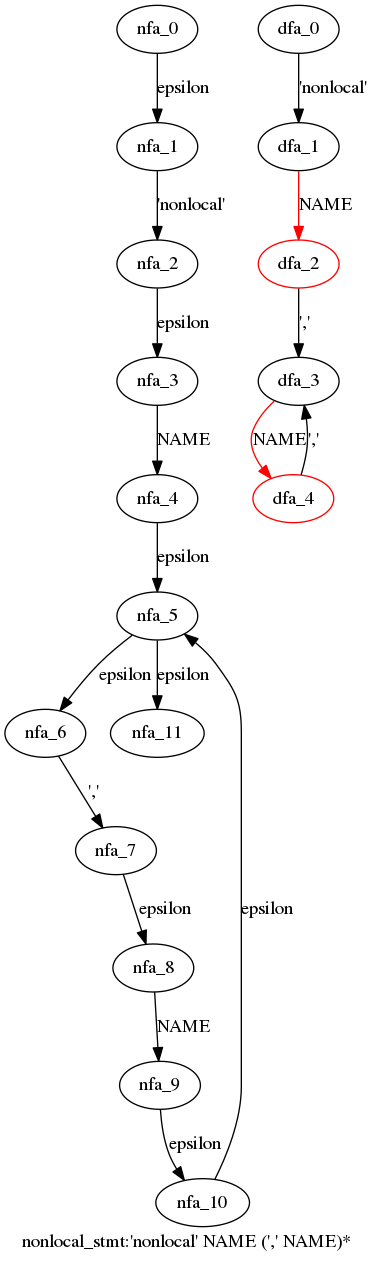
WinChua/blog keeps this Graphviz diagram as cpython/grammar/handwrite/nfa_dfas/37.nonlocal_stmt.dot.png. Above is the earlier version. Its source is kept beside it as cpython/grammar/handwrite/nfa_dfas/37.nonlocal_stmt.dot. Source of this version:
```dot
digraph nonlocal_stmt {
 graph[label="nonlocal_stmt:'nonlocal' NAME (',' NAME)*"]
 subgraph nonlocal_stmt_nfa {
  nfa_0->nfa_1[label="epsilon"]
  nfa_1->nfa_2[label="'nonlocal'"]
  nfa_2->nfa_3[label="epsilon"]
  nfa_3->nfa_4[label="NAME"]
  nfa_4->nfa_5[label="epsilon"]
  nfa_5->nfa_6[label="epsilon"]
  nfa_6->nfa_7[label="','"]
  nfa_7->nfa_8[label="epsilon"]
  nfa_8->nfa_9[label="NAME"]
  nfa_9->nfa_10[label="epsilon"]
  nfa_10->nfa_5[label="epsilon"]
  nfa_5->nfa_11[label="epsilon"]
  }
 subgraph nonlocal_stmt_dfa {
  dfa_0->dfa_1[label="'nonlocal'"]
  dfa_1->dfa_2[label="NAME",color=red]
  dfa_2->dfa_3[label="','"]
  dfa_3->dfa_4[label="NAME",color=red]
  dfa_4->dfa_3[label="','"]
  dfa_2[color=red]
  dfa_4[color=red]
  }
}
```
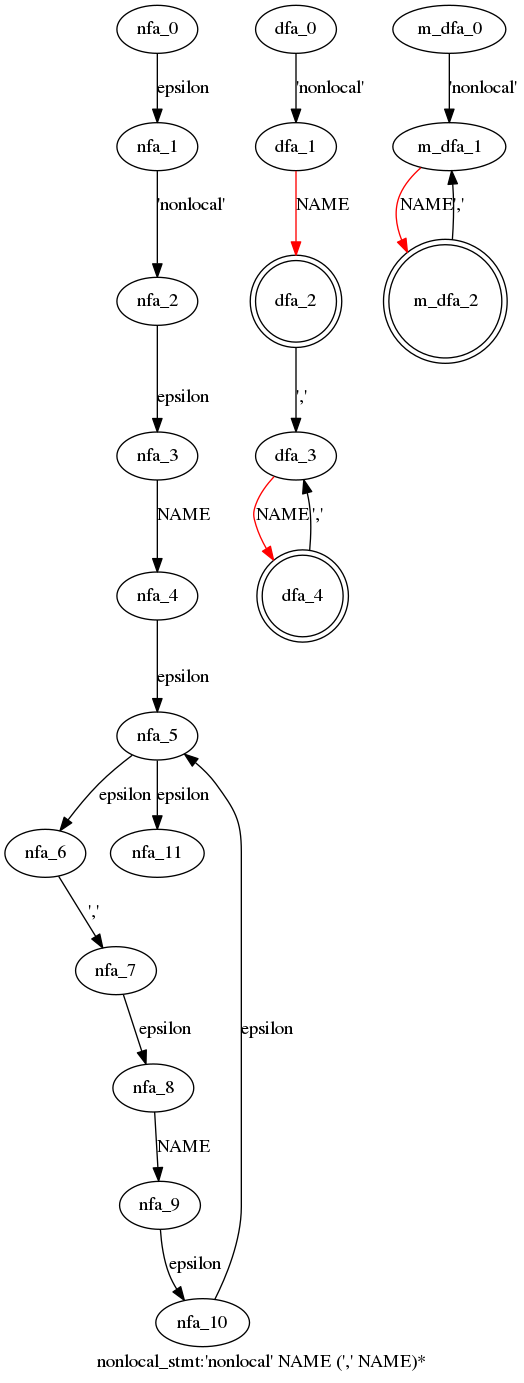
The same file after the commit.

Change to the diagram source:
```diff
@@ -20,7 +20,13 @@
   dfa_2->dfa_3[label="','"]
   dfa_3->dfa_4[label="NAME",color=red]
   dfa_4->dfa_3[label="','"]
-  dfa_2[color=red]
-  dfa_4[color=red]
+  dfa_2[shape=doublecircle]
+  dfa_4[shape=doublecircle]
+  }
+ subgraph nonlocal_stmt_m_dfa {
+  m_dfa_0->m_dfa_1[label="'nonlocal'"]
+  m_dfa_1->m_dfa_2[label="NAME",color=red]
+  m_dfa_2->m_dfa_1[label="','"]
+  m_dfa_2[shape=doublecircle]
   }
 }
```
